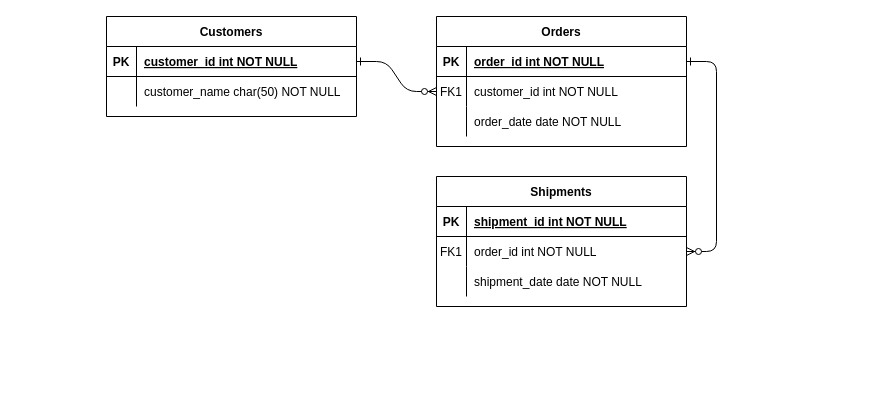
ducquynhnguyeninfo/medical-manager keeps this draw.io diagram as public/Untitled Diagram.drawio. Above is the earlier version. Source tidied: cells renumbered, new cells numbered last; positions are measured from the earlier drawing's top-left corner, leaving out a move shared by most shapes. Both pictures are drawn from the tidied source at 100%, with x=0, y=0 at pixel (106, 16).
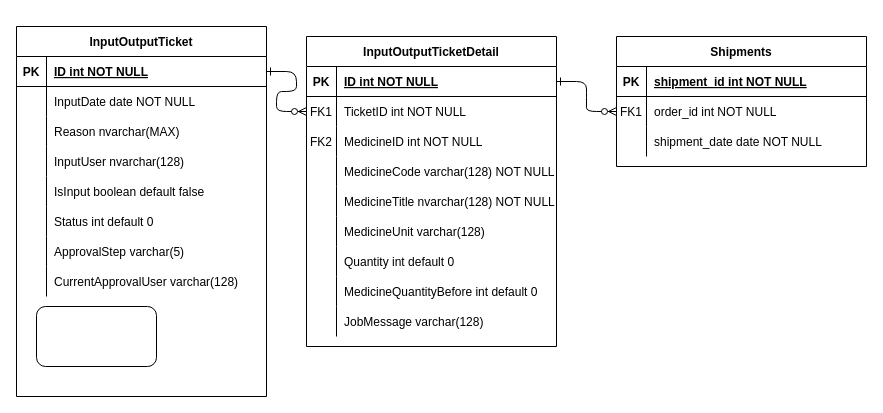
Above is the later version.

The change refers to these unchanged cells:
```xml
<mxCell id="5" style="shape=partialRectangle;fillColor=none;points=[[0,0.5],[1,0.5]];portConstraint=eastwest;top=0;left=0;right=0;bottom=1;" parent="4" vertex="1">
  <mxGeometry y="30" width="250" height="30" as="geometry" />
</mxCell>
<mxCell id="8" style="shape=partialRectangle;fillColor=none;points=[[0,0.5],[1,0.5]];portConstraint=eastwest;top=0;left=0;right=0;bottom=0;" parent="4" vertex="1">
  <mxGeometry y="60" width="250" height="30" as="geometry" />
</mxCell>
<mxCell id="11" style="shape=partialRectangle;fillColor=none;top=0;left=0;right=0;bottom=0;" parent="4" vertex="1">
  <mxGeometry y="90" width="250" height="30" as="geometry" />
</mxCell>
<mxCell id="25" style="shape=partialRectangle;fillColor=none;points=[[0,0.5],[1,0.5]];portConstraint=eastwest;top=0;left=0;right=0;bottom=1;" parent="24" vertex="1">
  <mxGeometry y="30" width="250" height="30" as="geometry" />
</mxCell>
<mxCell id="28" style="shape=partialRectangle;fillColor=none;top=0;left=0;right=0;bottom=0;" parent="24" vertex="1">
  <mxGeometry y="60" width="250" height="30" as="geometry" />
</mxCell>
```

Change to the diagram source:
```diff
@@
-    <mxCell id="4" value="Orders" style="shape=table;startSize=30;childLayout=tableLayout;rowLines=0;fontStyle=1;align=center;" parent="1" vertex="1">
-      <mxGeometry x="330" width="250" height="130" as="geometry" />
+    <mxCell id="4" value="InputOutputTicketDetail" style="shape=table;startSize=30;childLayout=tableLayout;rowLines=0;fontStyle=1;align=center;" parent="1" vertex="1">
+      <mxGeometry x="200" y="20" width="250" height="310" as="geometry" />
     </mxCell>
@@
-    <mxCell id="7" value="order_id int NOT NULL " style="shape=partialRectangle;overflow=hidden;fillColor=none;top=0;left=0;bottom=0;right=0;align=left;spacingLeft=6;fontStyle=5;" parent="5" vertex="1">
+    <mxCell id="7" value="ID int NOT NULL " style="shape=partialRectangle;overflow=hidden;fillColor=none;top=0;left=0;bottom=0;right=0;align=left;spacingLeft=6;fontStyle=5;" parent="5" vertex="1">
       <mxGeometry x="30" width="220" height="30" as="geometry" />
     </mxCell>
@@
-    <mxCell id="10" value="customer_id int NOT NULL" style="shape=partialRectangle;overflow=hidden;fillColor=none;top=0;left=0;bottom=0;right=0;align=left;spacingLeft=6;" parent="8" vertex="1">
+    <mxCell id="10" value="TicketID int NOT NULL" style="shape=partialRectangle;overflow=hidden;fillColor=none;top=0;left=0;bottom=0;right=0;align=left;spacingLeft=6;" parent="8" vertex="1">
       <mxGeometry x="30" width="220" height="30" as="geometry" />
     </mxCell>
@@
-    <mxCell id="12" style="shape=partialRectangle;overflow=hidden;fillColor=none;top=0;left=0;bottom=0;right=0;" parent="11" vertex="1">
+    <mxCell id="12" value="FK2" style="shape=partialRectangle;overflow=hidden;fillColor=none;top=0;left=0;bottom=0;right=0;" parent="11" vertex="1">
       <mxGeometry width="30" height="30" as="geometry" />
     </mxCell>
-    <mxCell id="13" value="order_date date NOT NULL" style="shape=partialRectangle;overflow=hidden;fillColor=none;top=0;left=0;bottom=0;right=0;align=left;spacingLeft=6;" parent="11" vertex="1">
+    <mxCell id="13" value="MedicineID int NOT NULL" style="shape=partialRectangle;overflow=hidden;fillColor=none;top=0;left=0;bottom=0;right=0;align=left;spacingLeft=6;" parent="11" vertex="1">
       <mxGeometry x="30" width="220" height="30" as="geometry" />
     </mxCell>
+    <mxCell id="31" style="shape=partialRectangle;fillColor=none;top=0;left=0;right=0;bottom=0;" parent="4" vertex="1">
+      <mxGeometry y="120" width="250" height="30" as="geometry" />
+    </mxCell>
+    <mxCell id="32" style="shape=partialRectangle;overflow=hidden;fillColor=none;top=0;left=0;bottom=0;right=0;" parent="31" vertex="1">
+      <mxGeometry width="30" height="30" as="geometry" />
+    </mxCell>
+    <mxCell id="33" value="MedicineCode varchar(128) NOT NULL" style="shape=partialRectangle;overflow=hidden;fillColor=none;top=0;left=0;bottom=0;right=0;align=left;spacingLeft=6;" parent="31" vertex="1">
+      <mxGeometry x="30" width="220" height="30" as="geometry" />
+    </mxCell>
+    <mxCell id="34" style="shape=partialRectangle;fillColor=none;top=0;left=0;right=0;bottom=0;" parent="4" vertex="1">
+      <mxGeometry y="150" width="250" height="30" as="geometry" />
+    </mxCell>
+    <mxCell id="35" style="shape=partialRectangle;overflow=hidden;fillColor=none;top=0;left=0;bottom=0;right=0;" parent="34" vertex="1">
+      <mxGeometry width="30" height="30" as="geometry" />
+    </mxCell>
+    <mxCell id="36" value="MedicineTitle nvarchar(128) NOT NULL" style="shape=partialRectangle;overflow=hidden;fillColor=none;top=0;left=0;bottom=0;right=0;align=left;spacingLeft=6;" parent="34" vertex="1">
+      <mxGeometry x="30" width="220" height="30" as="geometry" />
+    </mxCell>
+    <mxCell id="37" style="shape=partialRectangle;fillColor=none;top=0;left=0;right=0;bottom=0;" parent="4" vertex="1">
+      <mxGeometry y="180" width="250" height="30" as="geometry" />
+    </mxCell>
+    <mxCell id="38" style="shape=partialRectangle;overflow=hidden;fillColor=none;top=0;left=0;bottom=0;right=0;" parent="37" vertex="1">
+      <mxGeometry width="30" height="30" as="geometry" />
+    </mxCell>
+    <mxCell id="39" value="MedicineUnit varchar(128)" style="shape=partialRectangle;overflow=hidden;fillColor=none;top=0;left=0;bottom=0;right=0;align=left;spacingLeft=6;" parent="37" vertex="1">
+      <mxGeometry x="30" width="220" height="30" as="geometry" />
+    </mxCell>
+    <mxCell id="40" style="shape=partialRectangle;fillColor=none;top=0;left=0;right=0;bottom=0;" parent="4" vertex="1">
+      <mxGeometry y="210" width="250" height="30" as="geometry" />
+    </mxCell>
+    <mxCell id="41" style="shape=partialRectangle;overflow=hidden;fillColor=none;top=0;left=0;bottom=0;right=0;" parent="40" vertex="1">
+      <mxGeometry width="30" height="30" as="geometry" />
+    </mxCell>
+    <mxCell id="42" value="Quantity int default 0" style="shape=partialRectangle;overflow=hidden;fillColor=none;top=0;left=0;bottom=0;right=0;align=left;spacingLeft=6;" parent="40" vertex="1">
+      <mxGeometry x="30" width="220" height="30" as="geometry" />
+    </mxCell>
+    <mxCell id="43" style="shape=partialRectangle;fillColor=none;top=0;left=0;right=0;bottom=0;" parent="4" vertex="1">
+      <mxGeometry y="240" width="250" height="30" as="geometry" />
+    </mxCell>
+    <mxCell id="44" style="shape=partialRectangle;overflow=hidden;fillColor=none;top=0;left=0;bottom=0;right=0;" parent="43" vertex="1">
+      <mxGeometry width="30" height="30" as="geometry" />
+    </mxCell>
+    <mxCell id="45" value="MedicineQuantityBefore int default 0" style="shape=partialRectangle;overflow=hidden;fillColor=none;top=0;left=0;bottom=0;right=0;align=left;spacingLeft=6;" parent="43" vertex="1">
+      <mxGeometry x="30" width="220" height="30" as="geometry" />
+    </mxCell>
+    <mxCell id="46" style="shape=partialRectangle;fillColor=none;top=0;left=0;right=0;bottom=0;" parent="4" vertex="1">
+      <mxGeometry y="270" width="250" height="30" as="geometry" />
+    </mxCell>
+    <mxCell id="47" style="shape=partialRectangle;overflow=hidden;fillColor=none;top=0;left=0;bottom=0;right=0;" parent="46" vertex="1">
+      <mxGeometry width="30" height="30" as="geometry" />
+    </mxCell>
+    <mxCell id="48" value="JobMessage varchar(128)" style="shape=partialRectangle;overflow=hidden;fillColor=none;top=0;left=0;bottom=0;right=0;align=left;spacingLeft=6;" parent="46" vertex="1">
+      <mxGeometry x="30" width="220" height="30" as="geometry" />
+    </mxCell>
     <mxCell id="14" value="Shipments" style="shape=table;startSize=30;childLayout=tableLayout;rowLines=0;fontStyle=1;align=center;" parent="1" vertex="1">
-      <mxGeometry x="330" y="160" width="250" height="130" as="geometry" />
+      <mxGeometry x="510" y="20" width="250" height="130" as="geometry" />
     </mxCell>
@@
-    <mxCell id="24" value="Customers" style="shape=table;startSize=30;childLayout=tableLayout;rowLines=0;fontStyle=1;align=center;" parent="1" vertex="1">
-      <mxGeometry width="250" height="100" as="geometry" />
+    <mxCell id="24" value="InputOutputTicket" style="shape=table;startSize=30;childLayout=tableLayout;rowLines=0;fontStyle=1;align=center;" parent="1" vertex="1">
+      <mxGeometry x="-90" y="10" width="250" height="370" as="geometry" />
     </mxCell>
@@
-    <mxCell id="27" value="customer_id int NOT NULL " style="shape=partialRectangle;overflow=hidden;fillColor=none;top=0;left=0;bottom=0;right=0;align=left;spacingLeft=6;fontStyle=5;" parent="25" vertex="1">
+    <mxCell id="27" value="ID int NOT NULL" style="shape=partialRectangle;overflow=hidden;fillColor=none;top=0;left=0;bottom=0;right=0;align=left;spacingLeft=6;fontStyle=5;" parent="25" vertex="1">
       <mxGeometry x="30" width="220" height="30" as="geometry" />
     </mxCell>
@@
-    <mxCell id="30" value="customer_name char(50) NOT NULL" style="shape=partialRectangle;overflow=hidden;fillColor=none;top=0;left=0;bottom=0;right=0;align=left;spacingLeft=6;" parent="28" vertex="1">
+    <mxCell id="30" value="InputDate date NOT NULL" style="shape=partialRectangle;overflow=hidden;fillColor=none;top=0;left=0;bottom=0;right=0;align=left;spacingLeft=6;" parent="28" vertex="1">
       <mxGeometry x="30" width="220" height="30" as="geometry" />
     </mxCell>
+    <mxCell id="49" style="shape=tableRow;horizontal=0;startSize=0;swimlaneHead=0;swimlaneBody=0;fillColor=none;top=0;left=0;right=0;bottom=0;" parent="24" vertex="1">
+      <mxGeometry y="90" width="250" height="30" as="geometry" />
+    </mxCell>
+    <mxCell id="50" style="shape=partialRectangle;fillColor=none;top=0;left=0;bottom=0;right=0;overflow=hidden;" parent="49" vertex="1">
+      <mxGeometry width="30" height="30" as="geometry" />
+    </mxCell>
+    <mxCell id="51" value="Reason nvarchar(MAX) " style="shape=partialRectangle;fillColor=none;top=0;left=0;bottom=0;right=0;align=left;spacingLeft=6;overflow=hidden;" parent="49" vertex="1">
+      <mxGeometry x="30" width="220" height="30" as="geometry" />
+    </mxCell>
+    <mxCell id="52" style="shape=tableRow;horizontal=0;startSize=0;swimlaneHead=0;swimlaneBody=0;fillColor=none;top=0;left=0;right=0;bottom=0;" parent="24" vertex="1">
+      <mxGeometry y="120" width="250" height="30" as="geometry" />
+    </mxCell>
+    <mxCell id="53" style="shape=partialRectangle;fillColor=none;top=0;left=0;bottom=0;right=0;overflow=hidden;" parent="52" vertex="1">
+      <mxGeometry width="30" height="30" as="geometry" />
+    </mxCell>
+    <mxCell id="54" value="InputUser nvarchar(128)" style="shape=partialRectangle;fillColor=none;top=0;left=0;bottom=0;right=0;align=left;spacingLeft=6;overflow=hidden;" parent="52" vertex="1">
+      <mxGeometry x="30" width="220" height="30" as="geometry" />
+    </mxCell>
+    <mxCell id="55" style="shape=tableRow;horizontal=0;startSize=0;swimlaneHead=0;swimlaneBody=0;fillColor=none;top=0;left=0;right=0;bottom=0;" parent="24" vertex="1">
+      <mxGeometry y="150" width="250" height="30" as="geometry" />
+    </mxCell>
+    <mxCell id="56" style="shape=partialRectangle;fillColor=none;top=0;left=0;bottom=0;right=0;overflow=hidden;" parent="55" vertex="1">
+      <mxGeometry width="30" height="30" as="geometry" />
+    </mxCell>
+    <mxCell id="57" value="IsInput boolean default false" style="shape=partialRectangle;fillColor=none;top=0;left=0;bottom=0;right=0;align=left;spacingLeft=6;overflow=hidden;" parent="55" vertex="1">
+      <mxGeometry x="30" width="220" height="30" as="geometry" />
+    </mxCell>
+    <mxCell id="58" style="shape=tableRow;horizontal=0;startSize=0;swimlaneHead=0;swimlaneBody=0;fillColor=none;top=0;left=0;right=0;bottom=0;" parent="24" vertex="1">
+      <mxGeometry y="180" width="250" height="30" as="geometry" />
+    </mxCell>
+    <mxCell id="59" style="shape=partialRectangle;fillColor=none;top=0;left=0;bottom=0;right=0;overflow=hidden;" parent="58" vertex="1">
+      <mxGeometry width="30" height="30" as="geometry" />
+    </mxCell>
+    <mxCell id="60" value="Status int default 0" style="shape=partialRectangle;fillColor=none;top=0;left=0;bottom=0;right=0;align=left;spacingLeft=6;overflow=hidden;" parent="58" vertex="1">
+      <mxGeometry x="30" width="220" height="30" as="geometry" />
+    </mxCell>
+    <mxCell id="61" style="shape=tableRow;horizontal=0;startSize=0;swimlaneHead=0;swimlaneBody=0;fillColor=none;top=0;left=0;right=0;bottom=0;" parent="24" vertex="1">
+      <mxGeometry y="210" width="250" height="30" as="geometry" />
+    </mxCell>
+    <mxCell id="62" style="shape=partialRectangle;fillColor=none;top=0;left=0;bottom=0;right=0;overflow=hidden;" parent="61" vertex="1">
+      <mxGeometry width="30" height="30" as="geometry" />
+    </mxCell>
+    <mxCell id="63" value="ApprovalStep varchar(5)" style="shape=partialRectangle;fillColor=none;top=0;left=0;bottom=0;right=0;align=left;spacingLeft=6;overflow=hidden;" parent="61" vertex="1">
+      <mxGeometry x="30" width="220" height="30" as="geometry" />
+    </mxCell>
+    <mxCell id="64" style="shape=tableRow;horizontal=0;startSize=0;swimlaneHead=0;swimlaneBody=0;fillColor=none;top=0;left=0;right=0;bottom=0;" parent="24" vertex="1">
+      <mxGeometry y="240" width="250" height="30" as="geometry" />
+    </mxCell>
+    <mxCell id="65" style="shape=partialRectangle;fillColor=none;top=0;left=0;bottom=0;right=0;overflow=hidden;" parent="64" vertex="1">
+      <mxGeometry width="30" height="30" as="geometry" />
+    </mxCell>
+    <mxCell id="66" value="CurrentApprovalUser varchar(128)" style="shape=partialRectangle;fillColor=none;top=0;left=0;bottom=0;right=0;align=left;spacingLeft=6;overflow=hidden;" parent="64" vertex="1">
+      <mxGeometry x="30" width="220" height="30" as="geometry" />
+    </mxCell>
+    <mxCell id="67" style="rounded=1;whiteSpace=wrap;html=1;" parent="1" vertex="1">
+      <mxGeometry x="-70" y="290" width="120" height="60" as="geometry" />
+    </mxCell>
```
